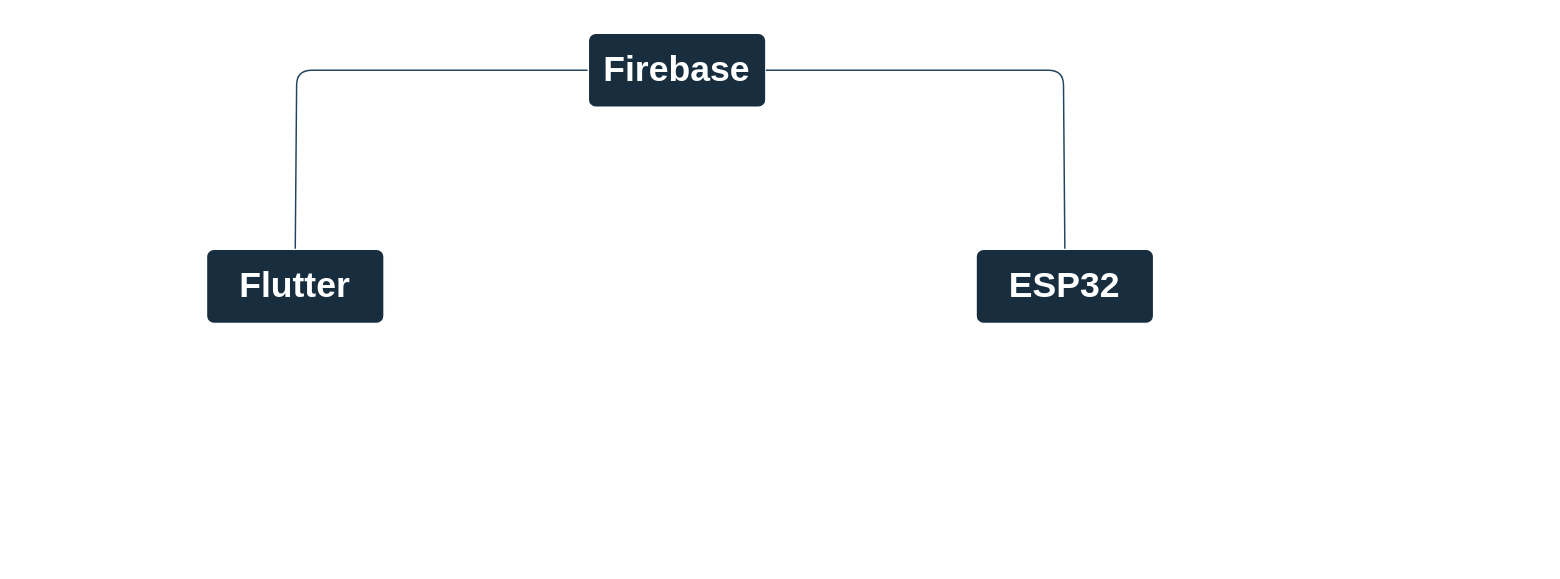
The draw.io diagram PROJECT/Charts/Decision.drawio in MahmoudEssam707/Embedded-Project, before the edit. Source tidied: cells renumbered, new cells numbered last; positions are measured from the earlier drawing's top-left corner, leaving out a move shared by most shapes. Both pictures are drawn from the tidied source at 148%, with x=0, y=0 at pixel (206, 33).
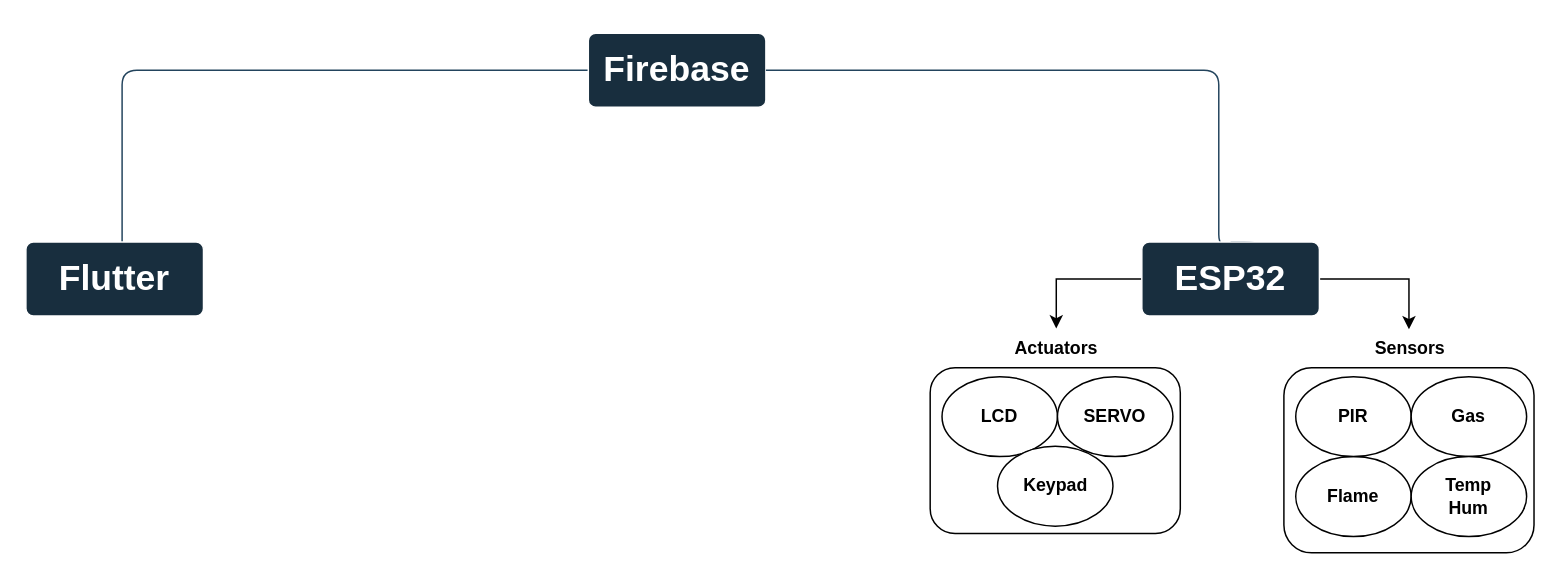
Above is the later version.

Unchanged cells that the change refers to:
```xml
<mxCell id="3" value="&lt;h1&gt;&lt;b&gt;Firebase&lt;/b&gt;&lt;/h1&gt;" style="rounded=1;arcSize=10;whiteSpace=wrap;html=1;align=center;labelBackgroundColor=none;fillColor=#182E3E;strokeColor=#FFFFFF;fontColor=#FFFFFF;direction=east;" parent="1" vertex="1">
  <mxGeometry x="258" width="120" height="50" as="geometry" />
</mxCell>
```

The edit, as a diff of the source:
```diff
@@
     <mxCell id="2" style="edgeStyle=orthogonalEdgeStyle;rounded=1;jettySize=auto;html=1;startArrow=none;startFill=0;endArrow=none;endFill=0;exitX=0;exitY=0.5;exitDx=0;exitDy=0;labelBackgroundColor=none;strokeColor=#23445D;fontColor=default;" parent="1" edge="1" source="3">
       <mxGeometry relative="1" as="geometry">
-        <mxPoint x="60" y="146" as="targetPoint" />
+        <mxPoint x="-57" y="156" as="targetPoint" />
         <Array as="points">
-          <mxPoint x="61" y="25" />
+          <mxPoint x="-57" y="25" />
+          <mxPoint x="-57" y="141" />
         </Array>
       </mxGeometry>
     </mxCell>
@@
-    <mxCell id="4" style="edgeStyle=orthogonalEdgeStyle;rounded=1;jettySize=auto;html=1;startArrow=none;startFill=0;endArrow=none;endFill=0;exitX=1;exitY=0.5;exitDx=0;exitDy=0;shadow=0;strokeColor=#23445D;labelBackgroundColor=none;fontColor=default;" parent="1" edge="1" source="3">
+    <mxCell id="4" style="edgeStyle=orthogonalEdgeStyle;rounded=1;jettySize=auto;html=1;startArrow=none;startFill=0;endArrow=none;endFill=0;exitX=1;exitY=0.5;exitDx=0;exitDy=0;shadow=0;strokeColor=#23445D;labelBackgroundColor=none;fontColor=default;entryX=0.5;entryY=0;entryDx=0;entryDy=0;" parent="1" edge="1" source="3" target="6">
       <mxGeometry relative="1" as="geometry">
-        <mxPoint x="580" y="146" as="targetPoint" />
         <Array as="points">
-          <mxPoint x="579" y="25" />
+          <mxPoint x="684" y="25" />
+          <mxPoint x="684" y="146" />
+          <mxPoint x="710" y="146" />
+          <mxPoint x="710" y="141" />
         </Array>
       </mxGeometry>
     </mxCell>
+    <mxCell id="7" style="edgeStyle=orthogonalEdgeStyle;rounded=0;jettySize=auto;html=1;exitX=1;exitY=0.5;exitDx=0;exitDy=0;" parent="1" edge="1" source="6" target="14">
+      <mxGeometry relative="1" as="geometry" />
+    </mxCell>
+    <mxCell id="8" style="edgeStyle=orthogonalEdgeStyle;rounded=0;jettySize=auto;html=1;exitX=0;exitY=0.5;exitDx=0;exitDy=0;entryX=0.509;entryY=-0.02;entryDx=0;entryDy=0;entryPerimeter=0;" parent="1" edge="1" source="6" target="19">
+      <mxGeometry relative="1" as="geometry" />
+    </mxCell>
+    <mxCell id="6" value="&lt;h1&gt;&lt;b&gt;ESP32&lt;/b&gt;&lt;/h1&gt;" style="rounded=1;arcSize=10;whiteSpace=wrap;html=1;align=center;labelBackgroundColor=none;fillColor=#182E3E;strokeColor=#FFFFFF;fontColor=#FFFFFF;direction=east;" parent="1" vertex="1">
+      <mxGeometry x="632" y="141" width="120" height="50" as="geometry" />
+    </mxCell>
+    <mxCell id="9" value="&lt;b&gt;Flame&lt;/b&gt;" style="ellipse;whiteSpace=wrap;html=1;" parent="1" vertex="1">
+      <mxGeometry x="736" y="286" width="78" height="54" as="geometry" />
+    </mxCell>
+    <mxCell id="10" value="&lt;b&gt;PIR&lt;/b&gt;" style="ellipse;whiteSpace=wrap;html=1;" parent="1" vertex="1">
+      <mxGeometry x="736" y="232" width="78" height="54" as="geometry" />
+    </mxCell>
+    <mxCell id="11" value="&lt;b&gt;Gas&lt;/b&gt;" style="ellipse;whiteSpace=wrap;html=1;" parent="1" vertex="1">
+      <mxGeometry x="814" y="232" width="78" height="54" as="geometry" />
+    </mxCell>
+    <mxCell id="12" value="&lt;b&gt;Temp&lt;br&gt;Hum&lt;br&gt;&lt;/b&gt;" style="ellipse;whiteSpace=wrap;html=1;" parent="1" vertex="1">
+      <mxGeometry x="814" y="286" width="78" height="54" as="geometry" />
+    </mxCell>
+    <mxCell id="13" style="rounded=1;whiteSpace=wrap;html=1;gradientColor=none;fillColor=none;" parent="1" vertex="1">
+      <mxGeometry x="728" y="226" width="169" height="125" as="geometry" />
+    </mxCell>
+    <mxCell id="14" value="&lt;b&gt;Sensors&lt;/b&gt;" style="text;html=1;align=center;verticalAlign=middle;points=[];strokeColor=none;fillColor=none;" parent="1" vertex="1">
+      <mxGeometry x="773.5" y="200" width="78" height="26" as="geometry" />
+    </mxCell>
+    <mxCell id="15" value="&lt;b&gt;LCD&lt;br&gt;&lt;/b&gt;" style="ellipse;whiteSpace=wrap;html=1;" parent="1" vertex="1">
+      <mxGeometry x="497" y="232" width="78" height="54" as="geometry" />
+    </mxCell>
+    <mxCell id="16" value="&lt;b&gt;SERVO&lt;/b&gt;" style="ellipse;whiteSpace=wrap;html=1;" parent="1" vertex="1">
+      <mxGeometry x="575" y="232" width="78" height="54" as="geometry" />
+    </mxCell>
+    <mxCell id="17" value="&lt;b&gt;Keypad&lt;br&gt;&lt;/b&gt;" style="ellipse;whiteSpace=wrap;html=1;" parent="1" vertex="1">
+      <mxGeometry x="534.5" y="279" width="78" height="54" as="geometry" />
+    </mxCell>
+    <mxCell id="18" style="rounded=1;whiteSpace=wrap;html=1;gradientColor=none;fillColor=none;" parent="1" vertex="1">
+      <mxGeometry x="489" y="226" width="169" height="112" as="geometry" />
+    </mxCell>
+    <mxCell id="19" value="&lt;b&gt;Actuators&lt;/b&gt;" style="text;html=1;align=center;verticalAlign=middle;points=[];strokeColor=none;fillColor=none;" parent="1" vertex="1">
+      <mxGeometry x="534.5" y="200" width="78" height="26" as="geometry" />
+    </mxCell>
     <mxCell id="5" value="&lt;h1&gt;&lt;b&gt;Flutter&lt;/b&gt;&lt;/h1&gt;" style="rounded=1;arcSize=10;whiteSpace=wrap;html=1;align=center;labelBackgroundColor=none;fillColor=#182E3E;strokeColor=#FFFFFF;fontColor=#FFFFFF;direction=east;" parent="1" vertex="1">
-      <mxGeometry y="146" width="120" height="50" as="geometry" />
+      <mxGeometry x="-122" y="141" width="120" height="50" as="geometry" />
     </mxCell>
-    <mxCell id="6" value="&lt;h1&gt;&lt;b&gt;ESP32&lt;/b&gt;&lt;/h1&gt;" style="rounded=1;arcSize=10;whiteSpace=wrap;html=1;align=center;labelBackgroundColor=none;fillColor=#182E3E;strokeColor=#FFFFFF;fontColor=#FFFFFF;direction=east;" parent="1" vertex="1">
-      <mxGeometry x="520" y="146" width="120" height="50" as="geometry" />
-    </mxCell>
```
